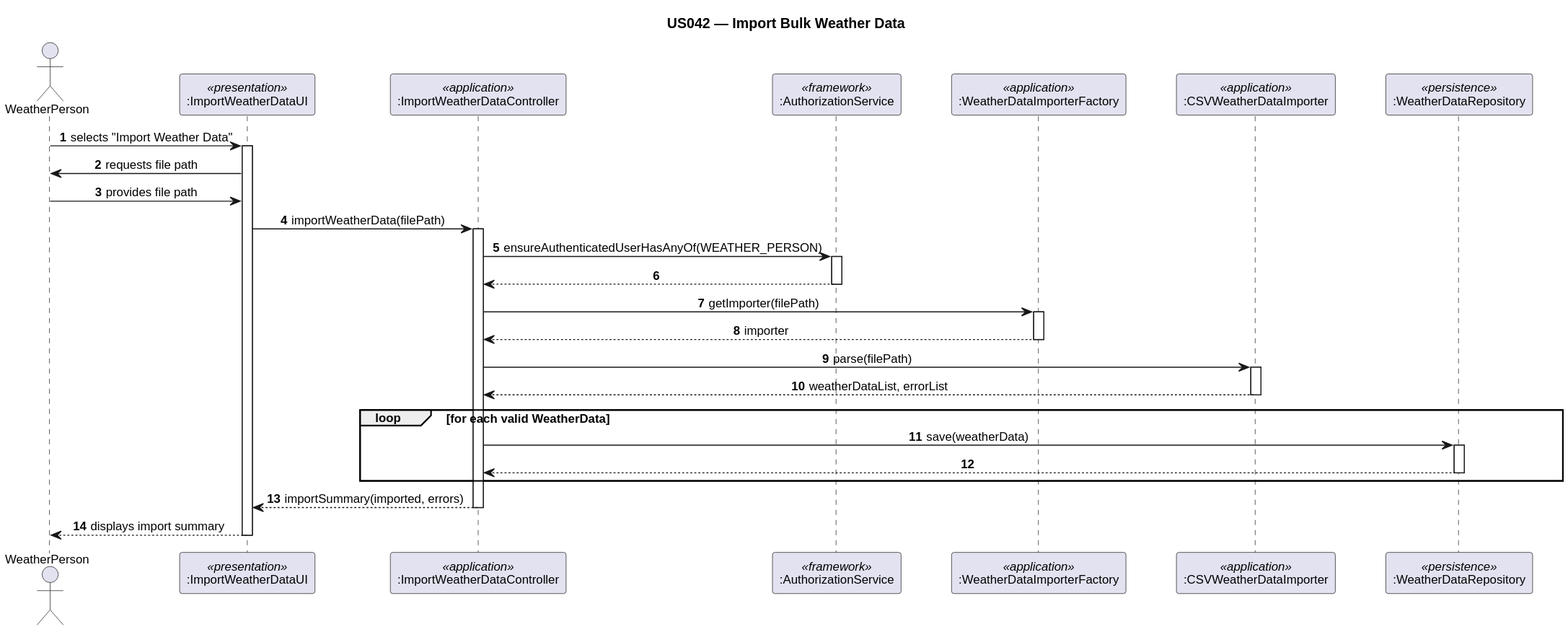
Above: docs/Sprint3/EAPLI/us_042/sd_us042_import_weather_data.svg in 1240826/aisafe-flight-control (PlantUML), before the change.
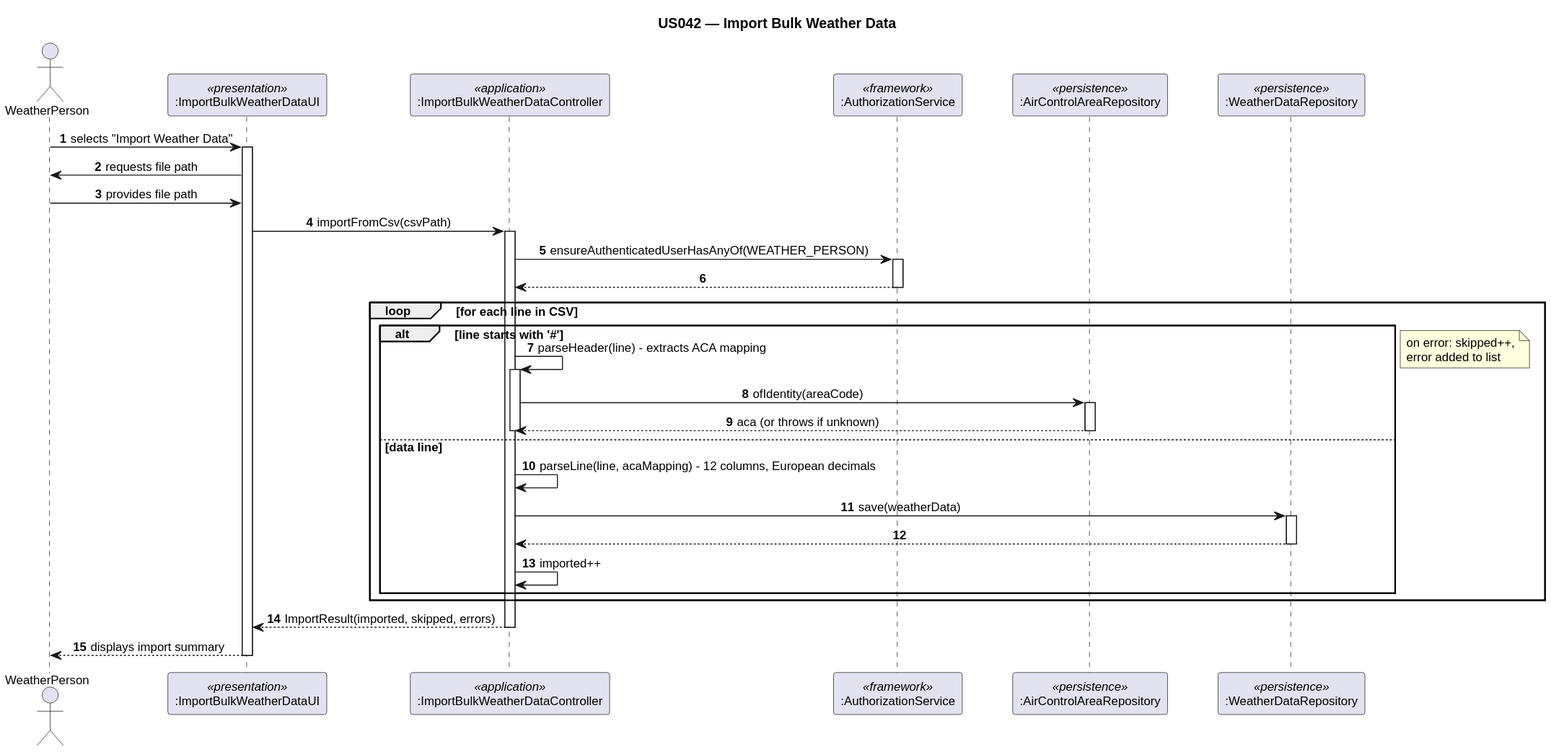
The same file after the commit.

What changed in the source:
```diff
@@ -9,12 +9,11 @@
 autonumber
 
 actor "WeatherPerson" as actor
-participant ":ImportWeatherDataUI"         as ui       <<presentation>>
-participant ":ImportWeatherDataController" as ctrl     <<application>>
-participant ":AuthorizationService"        as authz    <<framework>>
-participant ":WeatherDataImporterFactory"  as factory  <<application>>
-participant ":CSVWeatherDataImporter"      as importer <<application>>
-participant ":WeatherDataRepository"       as repo     <<persistence>>
+participant ":ImportBulkWeatherDataUI"    as ui       <<presentation>>
+participant ":ImportBulkWeatherDataController" as ctrl <<application>>
+participant ":AuthorizationService"       as authz    <<framework>>
+participant ":AirControlAreaRepository"   as acaRepo  <<persistence>>
+participant ":WeatherDataRepository"      as repo     <<persistence>>
 
 actor -> ui : selects "Import Weather Data"
 activate ui
@@ -22,7 +21,7 @@
 ui -> actor : requests file path
 actor -> ui : provides file path
 
-ui -> ctrl : importWeatherData(filePath)
+ui -> ctrl : importFromCsv(csvPath)
 activate ctrl
 
 ctrl -> authz : ensureAuthenticatedUserHasAnyOf(WEATHER_PERSON)
@@ -30,24 +29,29 @@
 authz --> ctrl
 deactivate authz
 
-ctrl -> factory : getImporter(filePath)
-activate factory
-factory --> ctrl : importer
-deactivate factory
+loop for each line in CSV
+    alt line starts with '#'
+        ctrl -> ctrl : parseHeader(line) - extracts ACA mapping
+        activate ctrl
+        ctrl -> acaRepo : ofIdentity(areaCode)
+        activate acaRepo
+        acaRepo --> ctrl : aca (or throws if unknown)
+        deactivate acaRepo
+        deactivate ctrl
+    else data line
+        ctrl -> ctrl : parseLine(line, acaMapping) - 12 columns, European decimals
 
-ctrl -> importer : parse(filePath)
-activate importer
-importer --> ctrl : weatherDataList, errorList
-deactivate importer
+        ctrl -> repo : save(weatherData)
+        activate repo
+        repo --> ctrl
+        deactivate repo
 
-loop for each valid WeatherData
-    ctrl -> repo : save(weatherData)
-    activate repo
-    repo --> ctrl
-    deactivate repo
+        ctrl -> ctrl : imported++
+    end
+    note right : on error: skipped++,\nerror added to list
 end
 
-ctrl --> ui : importSummary(imported, errors)
+ctrl --> ui : ImportResult(imported, skipped, errors)
 deactivate ctrl
 
 ui --> actor : displays import summary
```
